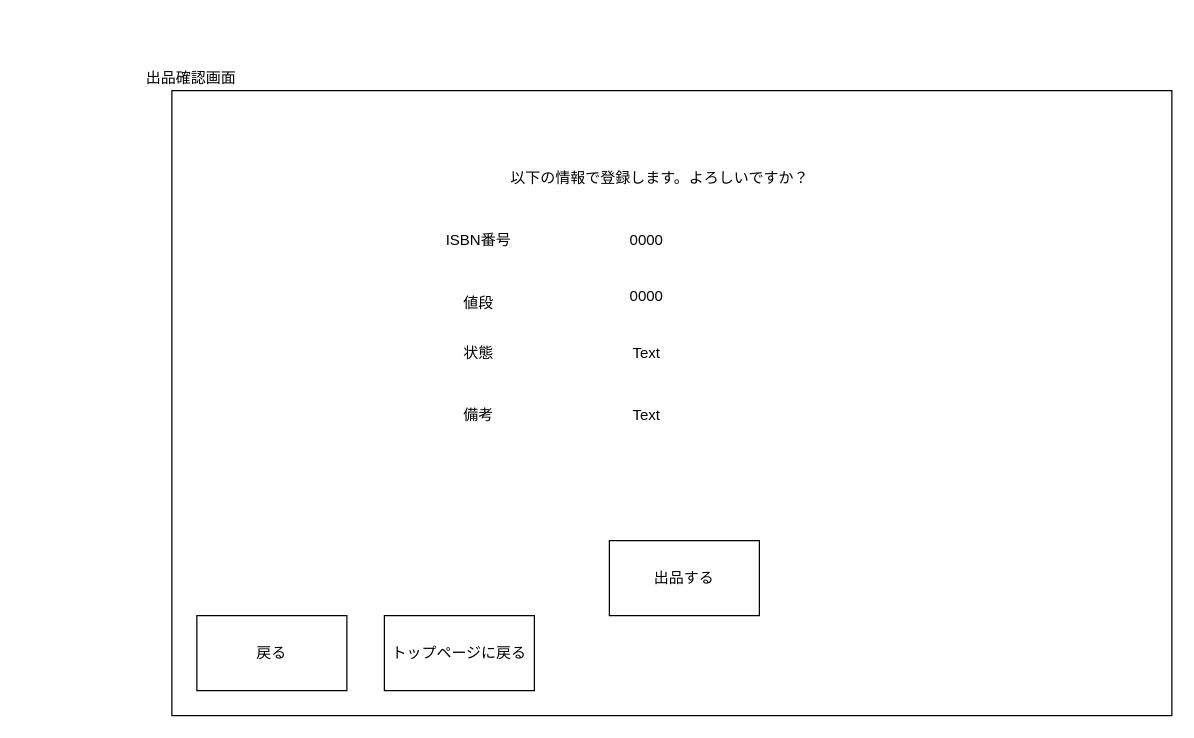
Earlier version of the draw.io diagram レイアウト図/会員画面/出品/出品確認画面.drawio (2022java42-student009/ProjectJava). Source tidied: cells renumbered, new cells numbered last; positions are measured from the earlier drawing's top-left corner, leaving out a move shared by most shapes. Both pictures are drawn from the tidied source at 125%, with x=0, y=0 at pixel (134, 65).
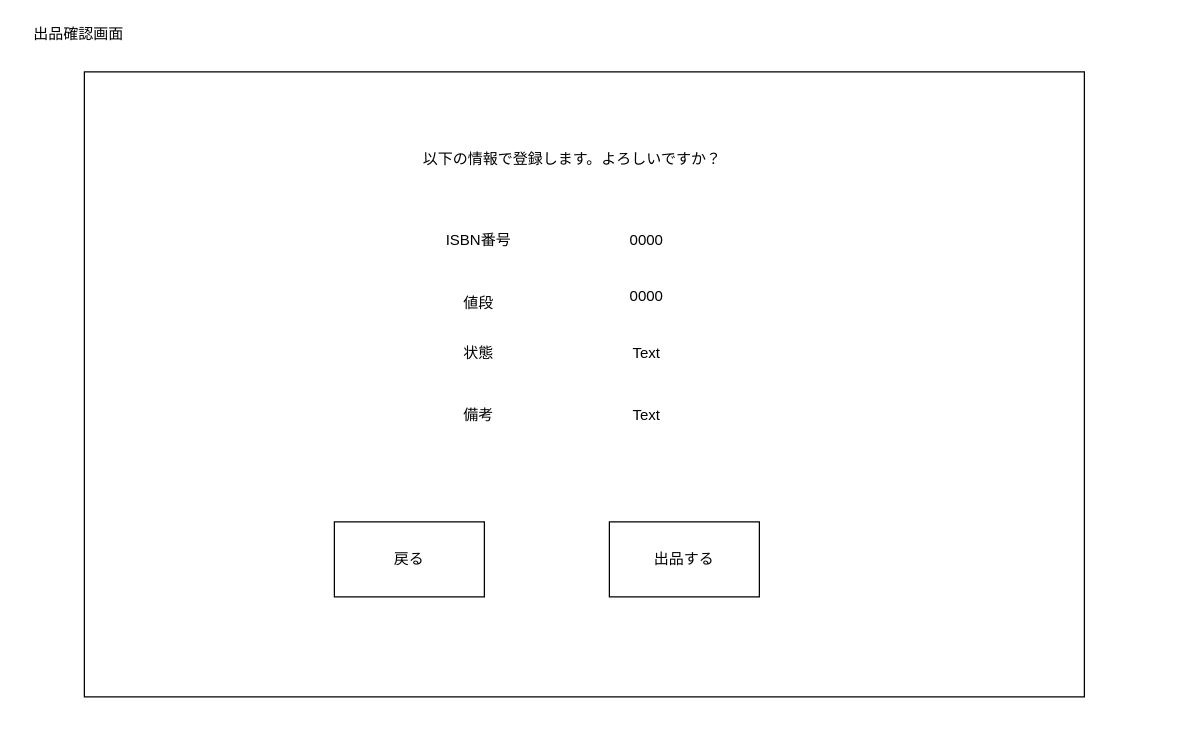
The same diagram, later.

The edit, as a diff of the source:
```diff
@@
 <mxGraphModel>
   <root>
     <mxCell id="0" />
     <mxCell id="1" parent="0" />
     <mxCell id="2" value="&lt;span&gt;出品確認画面&lt;/span&gt;" style="text;html=1;align=center;verticalAlign=middle;strokeColor=none;fillColor=none;" parent="1" vertex="1">
-      <mxGeometry width="90" height="20" as="geometry" />
+      <mxGeometry x="-90" y="-35" width="90" height="20" as="geometry" />
     </mxCell>
     <mxCell id="3" style="rounded=0;whiteSpace=wrap;html=1;" parent="1" vertex="1">
-      <mxGeometry x="30" y="20" width="800" height="500" as="geometry" />
+      <mxGeometry x="-40" y="5" width="800" height="500" as="geometry" />
     </mxCell>
     <mxCell id="4" value="以下の情報で登録します。よろしいですか？" style="text;html=1;align=center;verticalAlign=middle;strokeColor=none;fillColor=none;" parent="1" vertex="1">
-      <mxGeometry x="290" y="80" width="260" height="20" as="geometry" />
+      <mxGeometry x="220" y="65" width="260" height="20" as="geometry" />
     </mxCell>
     <mxCell id="5" value="出品する" style="rounded=0;whiteSpace=wrap;html=1;" parent="1" vertex="1">
-      <mxGeometry x="380" y="380" width="120" height="60" as="geometry" />
+      <mxGeometry x="380" y="365" width="120" height="60" as="geometry" />
     </mxCell>
     <mxCell id="6" value="戻る" style="rounded=0;whiteSpace=wrap;html=1;" parent="1" vertex="1">
-      <mxGeometry x="50" y="440" width="120" height="60" as="geometry" />
+      <mxGeometry x="160" y="365" width="120" height="60" as="geometry" />
     </mxCell>
-    <mxCell id="7" value="トップページに戻る" style="rounded=0;whiteSpace=wrap;html=1;" parent="1" vertex="1">
-      <mxGeometry x="200" y="440" width="120" height="60" as="geometry" />
-    </mxCell>
     <mxCell id="8" value="備考" style="text;html=1;align=center;verticalAlign=middle;strokeColor=none;fillColor=none;" parent="1" vertex="1">
       <mxGeometry x="255" y="270" width="40" height="20" as="geometry" />
     </mxCell>
     <mxCell id="9" value="値段" style="text;html=1;align=center;verticalAlign=middle;strokeColor=none;fillColor=none;" parent="1" vertex="1">
       <mxGeometry x="255" y="180" width="40" height="20" as="geometry" />
     </mxCell>
     <mxCell id="10" value="状態" style="text;html=1;align=center;verticalAlign=middle;strokeColor=none;fillColor=none;" parent="1" vertex="1">
       <mxGeometry x="255" y="220" width="40" height="20" as="geometry" />
     </mxCell>
     <mxCell id="11" value="ISBN番号" style="text;html=1;align=center;verticalAlign=middle;strokeColor=none;fillColor=none;" parent="1" vertex="1">
       <mxGeometry x="240" y="130" width="70" height="20" as="geometry" />
     </mxCell>
     <mxCell id="12" value="0000" style="text;html=1;strokeColor=none;fillColor=none;align=center;verticalAlign=middle;whiteSpace=wrap;rounded=0;" parent="1" vertex="1">
       <mxGeometry x="380" y="125" width="60" height="30" as="geometry" />
     </mxCell>
     <mxCell id="13" value="0000" style="text;html=1;strokeColor=none;fillColor=none;align=center;verticalAlign=middle;whiteSpace=wrap;rounded=0;" parent="1" vertex="1">
       <mxGeometry x="380" y="170" width="60" height="30" as="geometry" />
     </mxCell>
     <mxCell id="14" value="Text" style="text;html=1;strokeColor=none;fillColor=none;align=center;verticalAlign=middle;whiteSpace=wrap;rounded=0;" parent="1" vertex="1">
       <mxGeometry x="380" y="215" width="60" height="30" as="geometry" />
     </mxCell>
     <mxCell id="15" value="Text" style="text;html=1;strokeColor=none;fillColor=none;align=center;verticalAlign=middle;whiteSpace=wrap;rounded=0;" parent="1" vertex="1">
       <mxGeometry x="380" y="265" width="60" height="30" as="geometry" />
     </mxCell>
   </root>
 </mxGraphModel>
```
